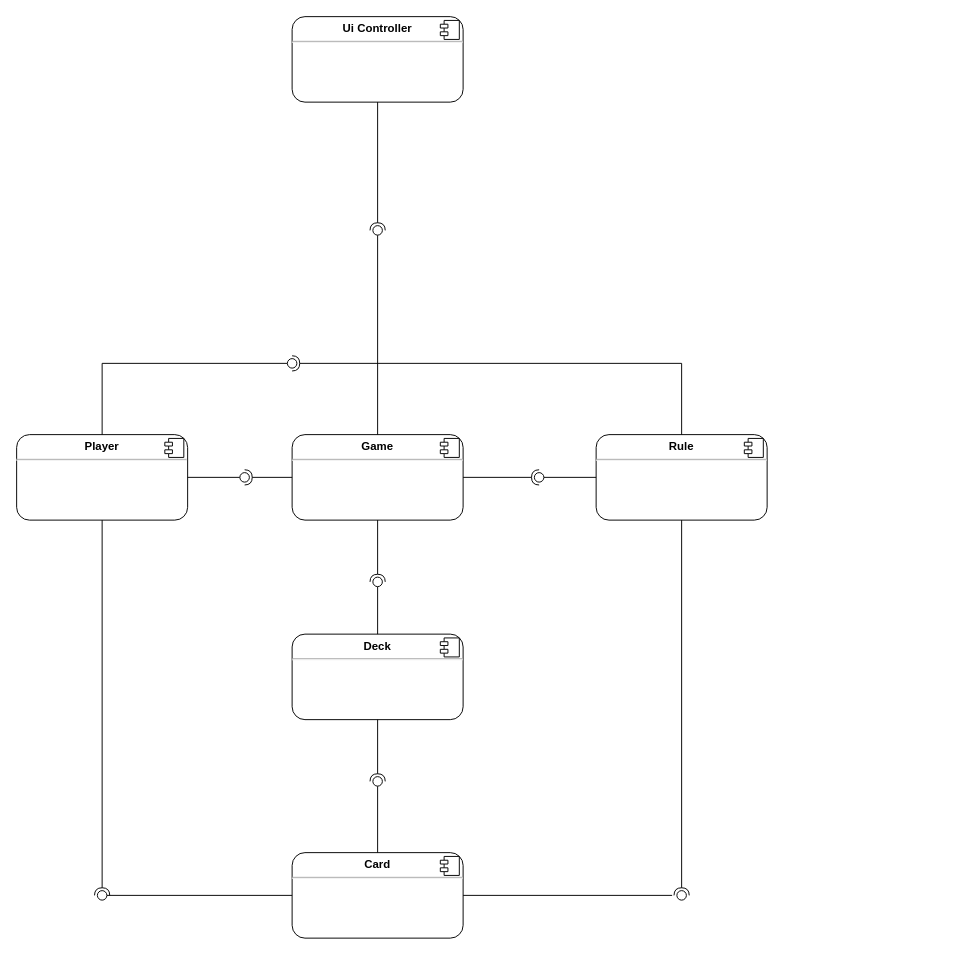
Earlier version of the draw.io diagram docs/componentdiagram.drawio (RiFrost/mau-mau). Source tidied: cells renumbered, new cells numbered last; positions are measured from the earlier drawing's top-left corner, leaving out a move shared by most shapes. Both pictures are drawn from the tidied source at 95%, with x=0, y=0 at pixel (16, 16).
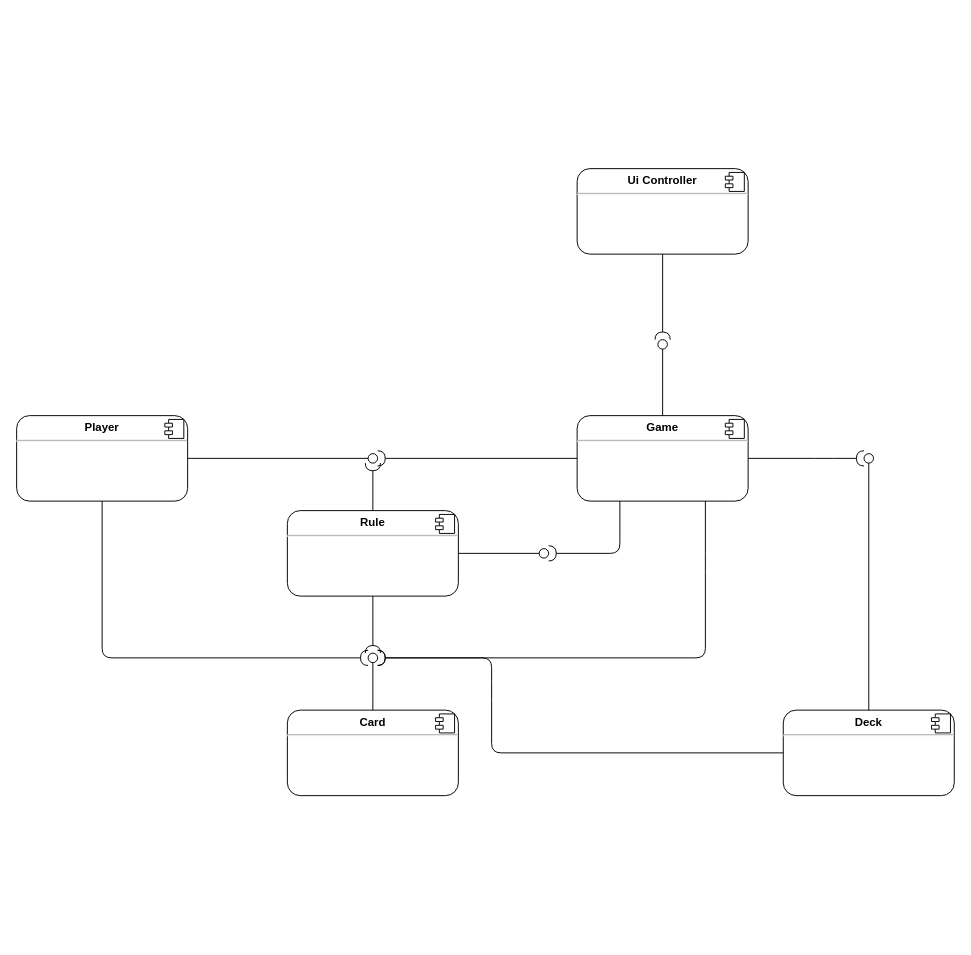
The same diagram, later.

Commit message (it also covers changes not shown here):
MH: Adjust component diagram

Change to the diagram source:
```diff
@@
     <mxCell id="2" value="&lt;p style=&quot;margin:0px;margin-top:6px;text-align:center;&quot;&gt;&lt;b&gt;Player&lt;/b&gt;&lt;/p&gt;&lt;hr&gt;" style="align=left;overflow=fill;html=1;rounded=1;" parent="1" vertex="1">
-      <mxGeometry y="440" width="180" height="90" as="geometry" />
+      <mxGeometry y="420" width="180" height="90" as="geometry" />
     </mxCell>
@@
     <mxCell id="4" value="&lt;p style=&quot;margin:0px;margin-top:6px;text-align:center;&quot;&gt;&lt;b&gt;Rule&lt;/b&gt;&lt;/p&gt;&lt;hr&gt;&lt;p style=&quot;margin:0px;margin-left:8px;&quot;&gt;&lt;br&gt;&lt;/p&gt;" style="align=left;overflow=fill;html=1;rounded=1;" parent="1" vertex="1">
-      <mxGeometry x="610" y="440" width="180" height="90" as="geometry" />
+      <mxGeometry x="285" y="520" width="180" height="90" as="geometry" />
     </mxCell>
@@
     <mxCell id="6" value="&lt;p style=&quot;margin:0px;margin-top:6px;text-align:center;&quot;&gt;&lt;b&gt;Game&lt;/b&gt;&lt;/p&gt;&lt;hr&gt;&lt;p style=&quot;margin:0px;margin-left:8px;&quot;&gt;&lt;br&gt;&lt;br&gt;&lt;/p&gt;" style="align=left;overflow=fill;html=1;rounded=1;" parent="1" vertex="1">
-      <mxGeometry x="290" y="440" width="180" height="90" as="geometry" />
+      <mxGeometry x="590" y="420" width="180" height="90" as="geometry" />
     </mxCell>
@@
     <mxCell id="8" value="&lt;p style=&quot;margin:0px;margin-top:6px;text-align:center;&quot;&gt;&lt;b&gt;Deck&lt;/b&gt;&lt;/p&gt;&lt;hr&gt;&lt;p style=&quot;margin:0px;margin-left:8px;&quot;&gt;&lt;br&gt;&lt;br&gt;&lt;/p&gt;" style="align=left;overflow=fill;html=1;rounded=1;" parent="1" vertex="1">
-      <mxGeometry x="290" y="650" width="180" height="90" as="geometry" />
+      <mxGeometry x="807" y="730" width="180" height="90" as="geometry" />
     </mxCell>
@@
     <mxCell id="10" value="&lt;p style=&quot;margin:0px;margin-top:6px;text-align:center;&quot;&gt;&lt;b&gt;Card&lt;/b&gt;&lt;/p&gt;&lt;hr&gt;&lt;p style=&quot;margin:0px;margin-left:8px;&quot;&gt;&lt;br&gt;&lt;br&gt;&lt;/p&gt;" style="align=left;overflow=fill;html=1;rounded=1;" parent="1" vertex="1">
-      <mxGeometry x="290" y="880" width="180" height="90" as="geometry" />
+      <mxGeometry x="285" y="730" width="180" height="90" as="geometry" />
     </mxCell>
@@
     <mxCell id="12" value="&lt;p style=&quot;margin:0px;margin-top:6px;text-align:center;&quot;&gt;&lt;b&gt;Ui Controller&lt;/b&gt;&lt;/p&gt;&lt;hr&gt;&lt;p style=&quot;margin:0px;margin-left:8px;&quot;&gt;&lt;br&gt;&lt;br&gt;&lt;/p&gt;" style="align=left;overflow=fill;html=1;rounded=1;gradientColor=none;glass=0;shadow=0;sketch=0;" parent="1" vertex="1">
-      <mxGeometry x="290" width="180" height="90" as="geometry" />
+      <mxGeometry x="590" y="160" width="180" height="90" as="geometry" />
     </mxCell>
@@
-    <mxCell id="15" style="rounded=1;jettySize=auto;html=1;endArrow=halfCircle;endFill=0;entryX=0.5;entryY=0.5;endSize=6;strokeWidth=1;exitX=0.5;exitY=1;exitDx=0;exitDy=0;" parent="1" edge="1" source="8" target="16">
-      <mxGeometry relative="1" as="geometry" />
+    <mxCell id="15" style="rounded=1;jettySize=auto;html=1;endArrow=halfCircle;endFill=0;endSize=6;strokeWidth=1;exitX=0;exitY=0.5;exitDx=0;exitDy=0;" parent="1" edge="1" source="8" target="16">
+      <mxGeometry relative="1" as="geometry">
+        <Array as="points">
+          <mxPoint x="500" y="775" />
+          <mxPoint x="500" y="710" />
+          <mxPoint x="500" y="675" />
+        </Array>
+      </mxGeometry>
     </mxCell>
     <mxCell id="16" style="ellipse;whiteSpace=wrap;html=1;align=center;points=[];outlineConnect=0;rounded=1;" parent="1" vertex="1">
-      <mxGeometry x="375" y="800" width="10" height="10" as="geometry" />
+      <mxGeometry x="370" y="670" width="10" height="10" as="geometry" />
     </mxCell>
@@
-    <mxCell id="18" style="rounded=1;jettySize=auto;html=1;endArrow=halfCircle;endFill=0;entryX=0.5;entryY=0.5;endSize=6;strokeWidth=1;exitX=0;exitY=0.5;exitDx=0;exitDy=0;" parent="1" edge="1" source="6" target="19">
+    <mxCell id="18" style="rounded=1;jettySize=auto;html=1;endArrow=halfCircle;endFill=0;endSize=6;strokeWidth=1;exitX=0;exitY=0.5;exitDx=0;exitDy=0;" parent="1" edge="1" source="6" target="19">
       <mxGeometry relative="1" as="geometry" />
     </mxCell>
     <mxCell id="19" style="ellipse;whiteSpace=wrap;html=1;align=center;points=[];outlineConnect=0;rounded=1;" parent="1" vertex="1">
-      <mxGeometry x="235" y="480" width="10" height="10" as="geometry" />
+      <mxGeometry x="370" y="460" width="10" height="10" as="geometry" />
     </mxCell>
-    <mxCell id="20" style="rounded=1;jettySize=auto;html=1;endArrow=none;endFill=0;sourcePerimeterSpacing=0;targetPerimeterSpacing=0;exitX=0;exitY=0.5;exitDx=0;exitDy=0;" parent="1" edge="1" source="4" target="22">
-      <mxGeometry relative="1" as="geometry" />
-    </mxCell>
-    <mxCell id="21" style="rounded=1;jettySize=auto;html=1;endArrow=halfCircle;endFill=0;entryX=0.5;entryY=0.5;endSize=6;strokeWidth=1;exitX=1;exitY=0.5;exitDx=0;exitDy=0;" parent="1" edge="1" source="6" target="22">
-      <mxGeometry relative="1" as="geometry" />
-    </mxCell>
-    <mxCell id="22" style="ellipse;whiteSpace=wrap;html=1;align=center;points=[];outlineConnect=0;rounded=1;" parent="1" vertex="1">
-      <mxGeometry x="545" y="480" width="10" height="10" as="geometry" />
-    </mxCell>
-    <mxCell id="23" style="rounded=1;jettySize=auto;html=1;endArrow=none;endFill=0;sourcePerimeterSpacing=0;targetPerimeterSpacing=0;exitX=0.5;exitY=0;exitDx=0;exitDy=0;" parent="1" edge="1" source="8">
-      <mxGeometry relative="1" as="geometry">
-        <mxPoint x="380" y="600" as="targetPoint" />
-      </mxGeometry>
+    <mxCell id="23" style="rounded=1;jettySize=auto;html=1;endArrow=none;endFill=0;sourcePerimeterSpacing=0;targetPerimeterSpacing=0;exitX=0.5;exitY=0;exitDx=0;exitDy=0;" parent="1" edge="1" source="8" target="25">
+      <mxGeometry relative="1" as="geometry" />
     </mxCell>
-    <mxCell id="24" style="rounded=1;jettySize=auto;html=1;endArrow=halfCircle;endFill=0;entryX=0.5;entryY=0.5;endSize=6;strokeWidth=1;exitX=0.5;exitY=1;exitDx=0;exitDy=0;" parent="1" edge="1" source="6" target="25">
-      <mxGeometry relative="1" as="geometry" />
+    <mxCell id="24" style="rounded=1;jettySize=auto;html=1;endArrow=halfCircle;endFill=0;endSize=6;strokeWidth=1;" parent="1" edge="1" target="25">
+      <mxGeometry relative="1" as="geometry">
+        <mxPoint x="770" y="465" as="sourcePoint" />
+        <Array as="points">
+          <mxPoint x="850" y="465" />
+        </Array>
+      </mxGeometry>
     </mxCell>
     <mxCell id="25" style="ellipse;whiteSpace=wrap;html=1;align=center;points=[];outlineConnect=0;rounded=1;" parent="1" vertex="1">
-      <mxGeometry x="375" y="590" width="10" height="10" as="geometry" />
+      <mxGeometry x="892" y="460" width="10" height="10" as="geometry" />
     </mxCell>
@@
-    <mxCell id="27" style="rounded=1;jettySize=auto;html=1;endArrow=halfCircle;endFill=0;entryX=0.5;entryY=0.5;endSize=6;strokeWidth=1;exitX=0.5;exitY=1;exitDx=0;exitDy=0;" parent="1" edge="1" source="12" target="28">
+    <mxCell id="27" style="rounded=1;jettySize=auto;html=1;endArrow=halfCircle;endFill=0;endSize=6;strokeWidth=1;exitX=0.5;exitY=1;exitDx=0;exitDy=0;" parent="1" edge="1" source="12" target="28">
       <mxGeometry relative="1" as="geometry" />
     </mxCell>
     <mxCell id="28" style="ellipse;whiteSpace=wrap;html=1;align=center;points=[];outlineConnect=0;rounded=1;" parent="1" vertex="1">
-      <mxGeometry x="375" y="220" width="10" height="10" as="geometry" />
+      <mxGeometry x="675" y="340" width="10" height="10" as="geometry" />
     </mxCell>
-    <mxCell id="29" style="rounded=0;jettySize=auto;html=1;endArrow=none;endFill=0;sketch=0;sourcePerimeterSpacing=0;targetPerimeterSpacing=0;" parent="1" edge="1" source="10" target="31">
-      <mxGeometry relative="1" as="geometry" />
-    </mxCell>
-    <mxCell id="30" style="rounded=0;jettySize=auto;html=1;endArrow=halfCircle;endFill=0;entryX=0.5;entryY=0.5;endSize=6;strokeWidth=1;sketch=0;exitX=0.5;exitY=1;exitDx=0;exitDy=0;" parent="1" edge="1" source="2" target="31">
-      <mxGeometry relative="1" as="geometry" />
-    </mxCell>
-    <mxCell id="31" style="ellipse;whiteSpace=wrap;html=1;align=center;points=[];outlineConnect=0;sketch=0;" parent="1" vertex="1">
-      <mxGeometry x="85" y="920" width="10" height="10" as="geometry" />
-    </mxCell>
-    <mxCell id="32" style="rounded=0;jettySize=auto;html=1;endArrow=none;endFill=0;sketch=0;sourcePerimeterSpacing=0;targetPerimeterSpacing=0;exitX=1;exitY=0.5;exitDx=0;exitDy=0;" parent="1" edge="1" source="10">
-      <mxGeometry relative="1" as="geometry">
-        <mxPoint x="690" y="925" as="targetPoint" />
-      </mxGeometry>
-    </mxCell>
-    <mxCell id="33" style="rounded=0;jettySize=auto;html=1;endArrow=halfCircle;endFill=0;entryX=0.5;entryY=0.5;endSize=6;strokeWidth=1;sketch=0;exitX=0.5;exitY=1;exitDx=0;exitDy=0;" parent="1" edge="1" source="4" target="34">
-      <mxGeometry relative="1" as="geometry" />
-    </mxCell>
-    <mxCell id="34" style="ellipse;whiteSpace=wrap;html=1;align=center;points=[];outlineConnect=0;sketch=0;" parent="1" vertex="1">
-      <mxGeometry x="695" y="920" width="10" height="10" as="geometry" />
-    </mxCell>
-    <mxCell id="35" style="rounded=0;jettySize=auto;html=1;endArrow=none;endFill=0;sketch=0;sourcePerimeterSpacing=0;targetPerimeterSpacing=0;exitX=0.5;exitY=0;exitDx=0;exitDy=0;" parent="1" edge="1" source="2" target="37">
-      <mxGeometry relative="1" as="geometry">
-        <Array as="points">
-          <mxPoint x="90" y="365" />
-        </Array>
-      </mxGeometry>
-    </mxCell>
-    <mxCell id="36" style="rounded=0;jettySize=auto;html=1;endArrow=halfCircle;endFill=0;entryX=0.5;entryY=0.5;endSize=6;strokeWidth=1;sketch=0;exitX=0.5;exitY=0;exitDx=0;exitDy=0;" parent="1" edge="1" source="4" target="37">
-      <mxGeometry relative="1" as="geometry">
-        <Array as="points">
-          <mxPoint x="700" y="365" />
-        </Array>
-      </mxGeometry>
+    <mxCell id="36" style="rounded=0;jettySize=auto;html=1;endArrow=halfCircle;endFill=0;endSize=6;strokeWidth=1;sketch=0;exitX=0.5;exitY=0;exitDx=0;exitDy=0;" parent="1" edge="1" source="4" target="19">
+      <mxGeometry relative="1" as="geometry" />
     </mxCell>
-    <mxCell id="37" style="ellipse;whiteSpace=wrap;html=1;align=center;points=[];outlineConnect=0;sketch=0;" parent="1" vertex="1">
-      <mxGeometry x="285" y="360" width="10" height="10" as="geometry" />
-    </mxCell>
+    <mxCell id="38" style="rounded=1;jettySize=auto;html=1;endArrow=halfCircle;endFill=0;endSize=6;strokeWidth=1;exitX=0.5;exitY=1;exitDx=0;exitDy=0;" parent="1" edge="1" source="4" target="16">
+      <mxGeometry relative="1" as="geometry" />
+    </mxCell>
+    <mxCell id="39" style="rounded=1;jettySize=auto;html=1;endArrow=halfCircle;endFill=0;endSize=6;strokeWidth=1;exitX=0.5;exitY=1;exitDx=0;exitDy=0;" parent="1" edge="1" source="2" target="16">
+      <mxGeometry relative="1" as="geometry">
+        <Array as="points">
+          <mxPoint x="90" y="675" />
+        </Array>
+      </mxGeometry>
+    </mxCell>
+    <mxCell id="40" style="rounded=1;jettySize=auto;html=1;endArrow=none;endFill=0;targetPerimeterSpacing=0;exitX=1;exitY=0.5;exitDx=0;exitDy=0;startArrow=none;" parent="1" edge="1" source="41">
+      <mxGeometry relative="1" as="geometry">
+        <mxPoint x="550" y="565" as="targetPoint" />
+      </mxGeometry>
+    </mxCell>
+    <mxCell id="41" style="ellipse;whiteSpace=wrap;html=1;align=center;points=[];outlineConnect=0;rounded=1;" parent="1" vertex="1">
+      <mxGeometry x="550" y="560" width="10" height="10" as="geometry" />
+    </mxCell>
+    <mxCell id="42" style="rounded=1;jettySize=auto;html=1;endArrow=none;endFill=0;sourcePerimeterSpacing=0;exitX=1;exitY=0.5;exitDx=0;exitDy=0;" parent="1" edge="1" source="4" target="41">
+      <mxGeometry relative="1" as="geometry" />
+    </mxCell>
+    <mxCell id="43" style="rounded=1;jettySize=auto;html=1;endArrow=halfCircle;endFill=0;endSize=6;strokeWidth=1;exitX=0.25;exitY=1;exitDx=0;exitDy=0;" parent="1" edge="1" source="6" target="41">
+      <mxGeometry relative="1" as="geometry">
+        <Array as="points">
+          <mxPoint x="635" y="565" />
+        </Array>
+      </mxGeometry>
+    </mxCell>
+    <mxCell id="44" style="rounded=1;jettySize=auto;html=1;endArrow=halfCircle;endFill=0;endSize=6;strokeWidth=1;exitX=0.75;exitY=1;exitDx=0;exitDy=0;" parent="1" edge="1" source="6" target="16">
+      <mxGeometry relative="1" as="geometry">
+        <Array as="points">
+          <mxPoint x="725" y="575" />
+          <mxPoint x="725" y="675" />
+        </Array>
+      </mxGeometry>
+    </mxCell>
```
